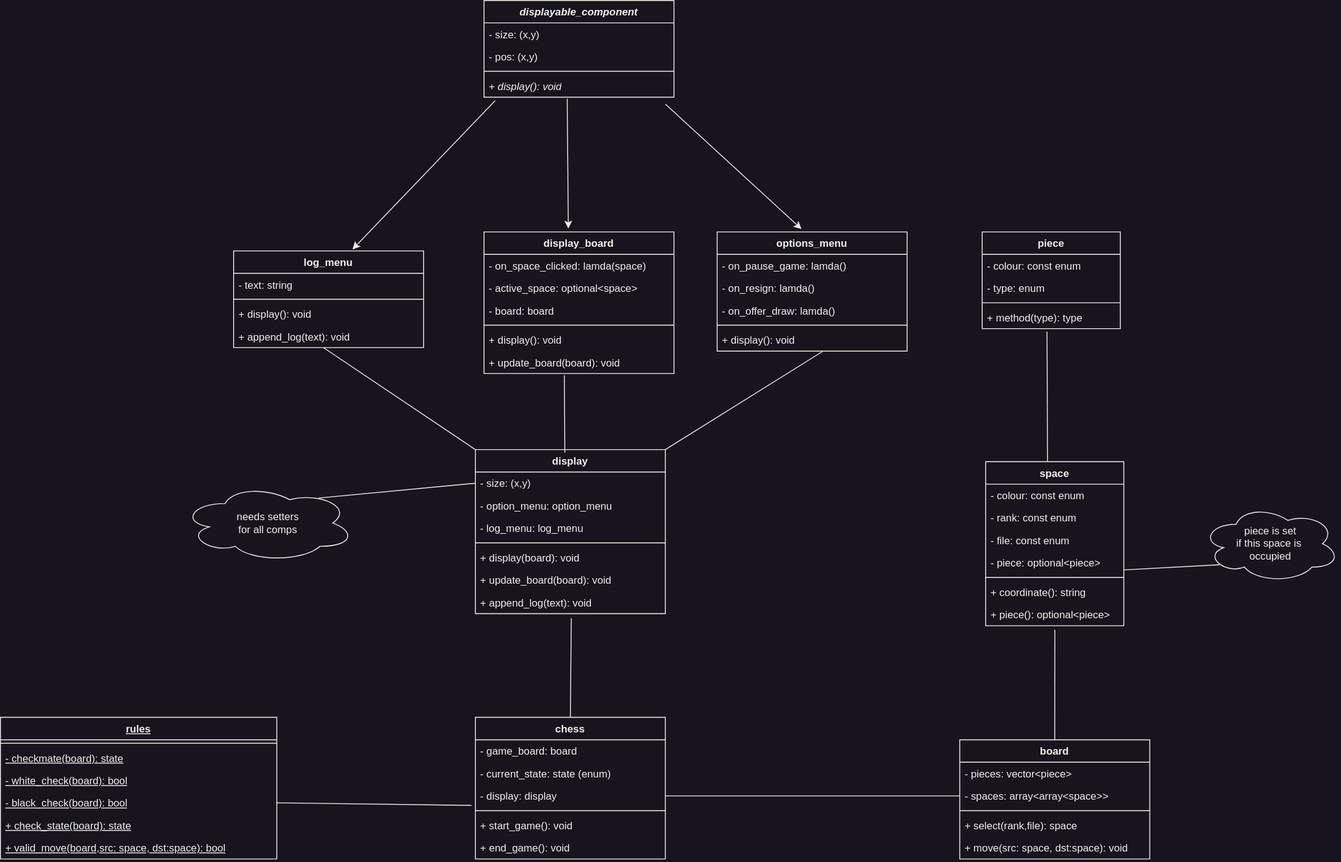
The draw.io diagram docs/chess_schematic.drawio.svg in MattBelanger321/Chess_CPP, before a commit. Source tidied: cells renumbered, new cells last; positions are measured from the earlier drawing's top-left corner, leaving out a move shared by most shapes.
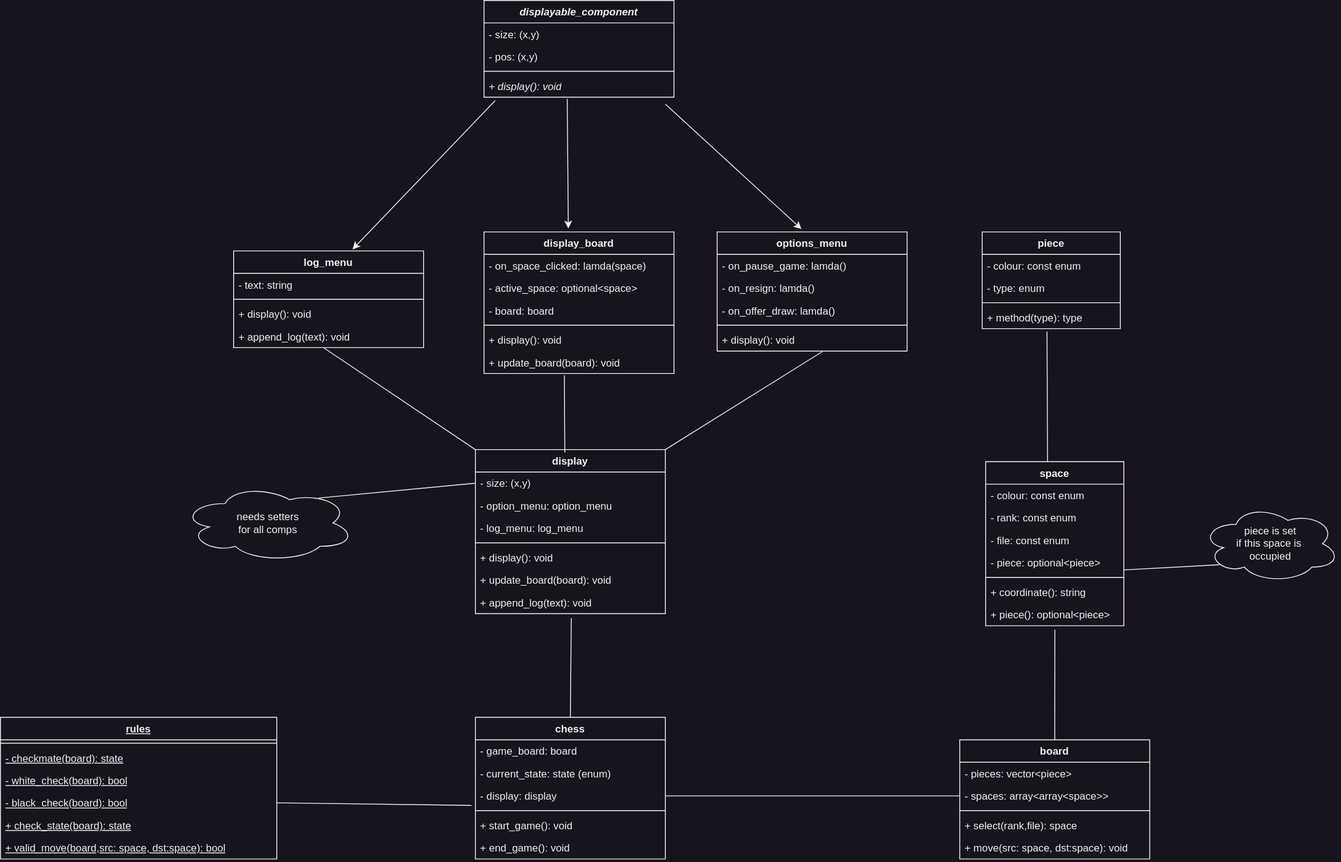
After the commit.

Commit message:
removed board from display function

Diff of the diagram source:
```diff
@@ -101,7 +101,7 @@
     <mxCell id="34" style="line;strokeWidth=1;fillColor=none;align=left;verticalAlign=middle;spacingTop=-1;spacingLeft=3;spacingRight=3;labelPosition=right;strokeColor=inherit;" parent="30" vertex="1">
       <mxGeometry y="104" width="220" height="8" as="geometry" />
     </mxCell>
-    <mxCell id="35" value="+ display(board): void" style="text;strokeColor=none;fillColor=none;align=left;verticalAlign=top;spacingLeft=4;spacingRight=4;overflow=hidden;whiteSpace=wrap;html=1;" parent="30" vertex="1">
+    <mxCell id="35" value="+ display(): void" style="text;strokeColor=none;fillColor=none;align=left;verticalAlign=top;spacingLeft=4;spacingRight=4;overflow=hidden;whiteSpace=wrap;html=1;" parent="30" vertex="1">
       <mxGeometry y="112" width="220" height="26" as="geometry" />
     </mxCell>
     <mxCell id="36" value="+ update_board(board): void" style="text;strokeColor=none;fillColor=none;align=left;verticalAlign=top;spacingLeft=4;spacingRight=4;overflow=hidden;whiteSpace=wrap;html=1;" parent="30" vertex="1">
```
